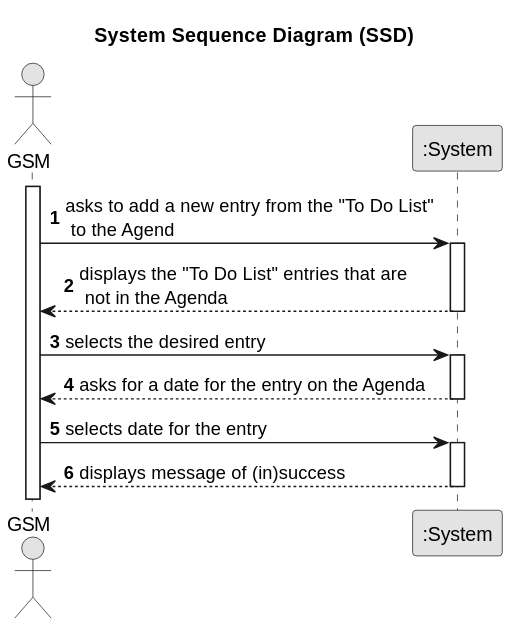
Before: docs/sprintC/us022/01.requirements-engineering/svg/us022-system-sequence-diagram.svg, a diagram exported from PlantUML (Departamento-de-Engenharia-Informatica/lei-24-s2-1do-g164). The source it was exported from:
```plantuml
@startuml
skinparam monochrome true
skinparam packageStyle rectangle
skinparam shadowing false

title System Sequence Diagram (SSD)

autonumber

actor "GSM" as Employee
participant ":System" as System

activate Employee

    Employee -> System : asks to add a new entry from the "To Do List"\n to the Agend
    activate System

        System --> Employee : displays the "To Do List" entries that are\n not in the Agenda
    deactivate System

    Employee -> System : selects the desired entry
        activate System

            System --> Employee : asks for a date for the entry on the Agenda
        deactivate System

        Employee -> System : selects date for the entry
            activate System

                    System --> Employee : displays message of (in)success
                deactivate System
@enduml
```
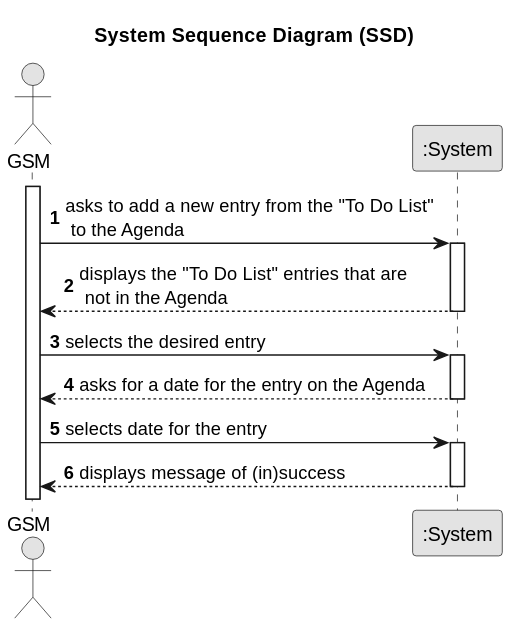
Above is the later version.

Change to the diagram source:
```diff
@@ -12,7 +12,7 @@
 
 activate Employee
 
-    Employee -> System : asks to add a new entry from the "To Do List"\n to the Agend
+    Employee -> System : asks to add a new entry from the "To Do List"\n to the Agenda
     activate System
 
         System --> Employee : displays the "To Do List" entries that are\n not in the Agenda
```
